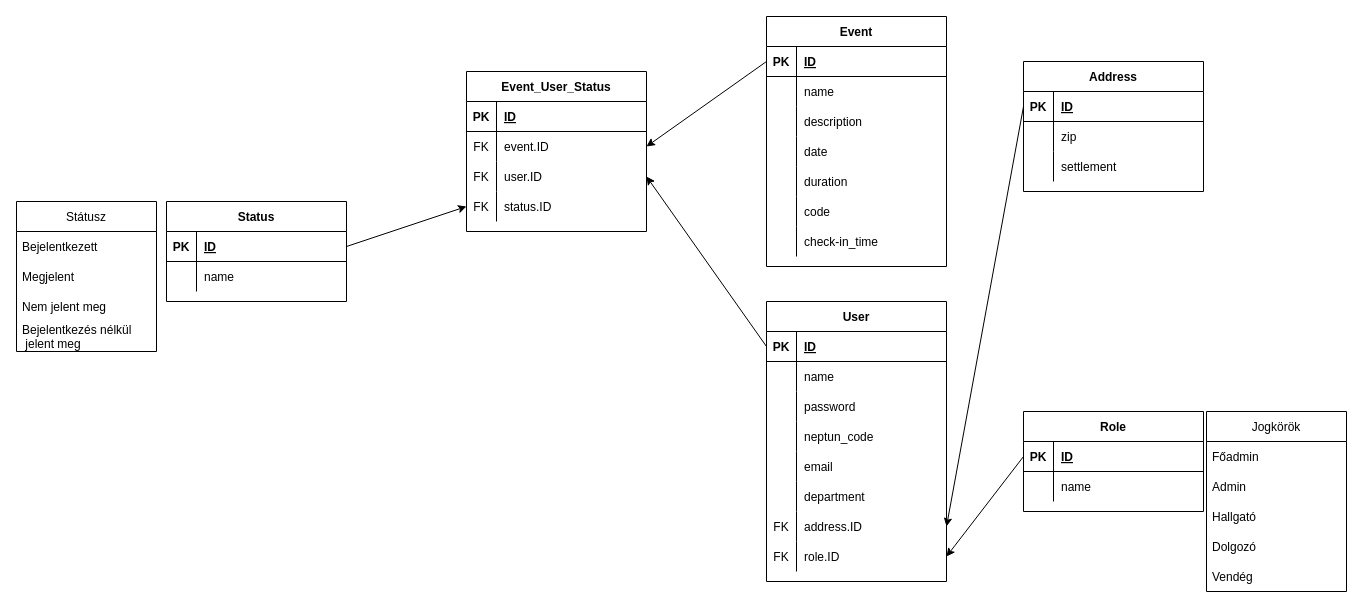
Before: Documents/SportCheck_db_plan.drawio in Draconim/Creators, a draw.io diagram. Source tidied: cells renumbered, new cells numbered last; positions are measured from the earlier drawing's top-left corner, leaving out a move shared by most shapes. Both pictures are drawn from the tidied source at 100%, with x=0, y=0 at pixel (16, 16).
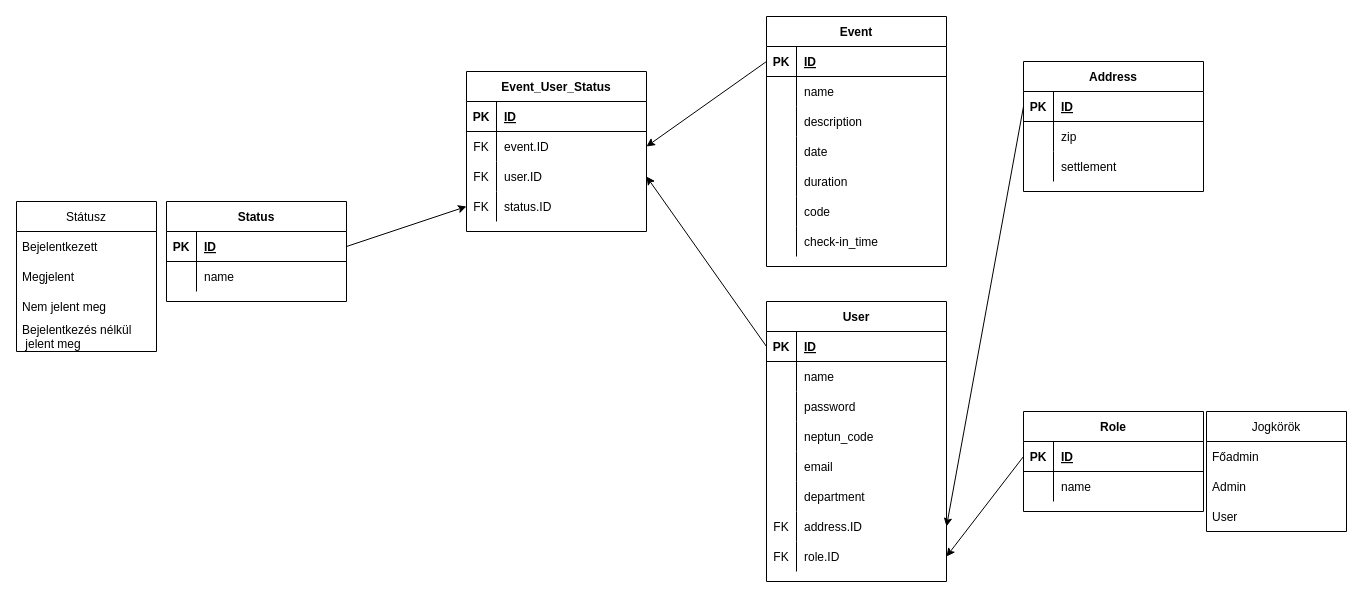
The same diagram, later.

The edit, as a diff of the source:
```diff
@@
     <mxCell id="72" value="Jogkörök" style="swimlane;fontStyle=0;horizontal=1;startSize=30;" parent="1" vertex="1">
-      <mxGeometry x="1190" y="395" width="140" height="180" as="geometry" />
+      <mxGeometry x="1190" y="395" width="140" height="120" as="geometry" />
     </mxCell>
@@
-    <mxCell id="75" value="Hallgató" style="text;strokeColor=none;fillColor=none;align=left;verticalAlign=middle;spacingLeft=4;spacingRight=4;overflow=hidden;" parent="72" vertex="1">
+    <mxCell id="75" value="User" style="text;strokeColor=none;fillColor=none;align=left;verticalAlign=middle;spacingLeft=4;spacingRight=4;overflow=hidden;" parent="72" vertex="1">
       <mxGeometry y="90" width="140" height="30" as="geometry" />
     </mxCell>
-    <mxCell id="76" value="Dolgozó" style="text;strokeColor=none;fillColor=none;align=left;verticalAlign=middle;spacingLeft=4;spacingRight=4;overflow=hidden;" parent="72" vertex="1">
-      <mxGeometry y="120" width="140" height="30" as="geometry" />
-    </mxCell>
-    <mxCell id="77" value="Vendég" style="text;strokeColor=none;fillColor=none;align=left;verticalAlign=middle;spacingLeft=4;spacingRight=4;overflow=hidden;" parent="72" vertex="1">
-      <mxGeometry y="150" width="140" height="30" as="geometry" />
-    </mxCell>
```
